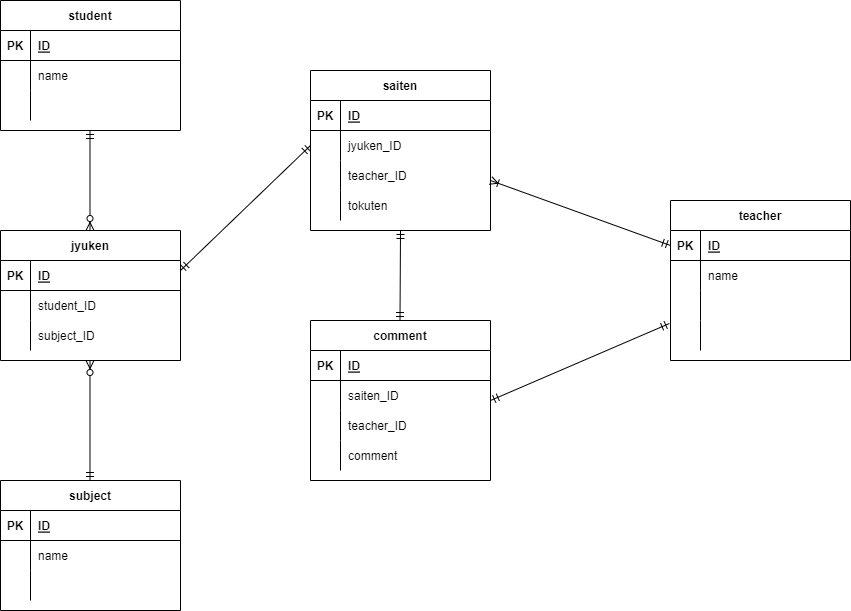
This is kadai.drawio.png from Yamato21/-coachtech-DATEBASE-ENSYUUMONDAI, a draw.io export, as it was before one commit. Source tidied: cells renumbered, new cells last; positions are measured from the earlier drawing's top-left corner, leaving out a move shared by most shapes.
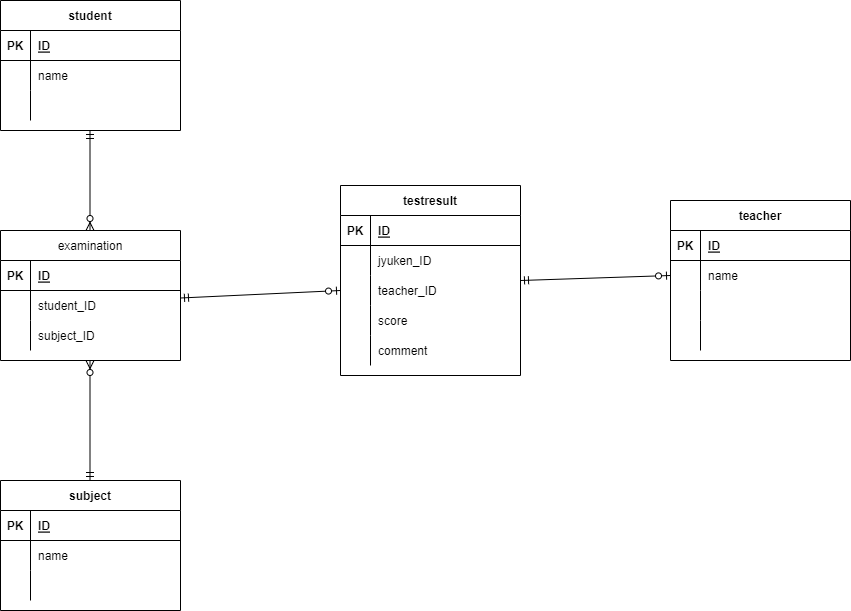
The same diagram one commit later.

The edit, as a diff of the source:
```diff
@@ -32,7 +32,7 @@
     <mxCell id="11" style="shape=partialRectangle;fillColor=none;top=0;left=0;bottom=0;right=0;align=left;spacingLeft=6;overflow=hidden;" parent="9" vertex="1">
       <mxGeometry x="30" width="150" height="30" as="geometry" />
     </mxCell>
-    <mxCell id="12" value="jyuken" style="shape=table;startSize=30;rowLines=0;fontStyle=1;align=center;" parent="1" vertex="1">
+    <mxCell id="12" value="examination" style="shape=table;startSize=30;rowLines=0;fontStyle=0;align=center;" parent="1" vertex="1">
       <mxGeometry y="230" width="180" height="130" as="geometry" />
     </mxCell>
     <mxCell id="13" style="shape=partialRectangle;fillColor=none;top=0;left=0;bottom=1;right=0;" parent="12" vertex="1">
@@ -92,8 +92,8 @@
     <mxCell id="31" style="shape=partialRectangle;fillColor=none;top=0;left=0;bottom=0;right=0;align=left;spacingLeft=6;overflow=hidden;" parent="29" vertex="1">
       <mxGeometry x="30" width="150" height="30" as="geometry" />
     </mxCell>
-    <mxCell id="32" value="saiten" style="shape=table;startSize=30;rowLines=0;fontStyle=1;align=center;" parent="1" vertex="1">
-      <mxGeometry x="310" y="70" width="180" height="160" as="geometry" />
+    <mxCell id="32" value="testresult" style="shape=table;startSize=30;rowLines=0;fontStyle=1;align=center;" parent="1" vertex="1">
+      <mxGeometry x="340" y="185" width="180" height="190" as="geometry" />
     </mxCell>
     <mxCell id="33" style="shape=partialRectangle;fillColor=none;top=0;left=0;bottom=1;right=0;" parent="32" vertex="1">
       <mxGeometry y="30" width="180" height="30" as="geometry" />
@@ -128,46 +128,16 @@
     <mxCell id="43" style="shape=partialRectangle;fillColor=none;top=0;left=0;bottom=0;right=0;overflow=hidden;" parent="42" vertex="1">
       <mxGeometry width="30" height="30" as="geometry" />
     </mxCell>
-    <mxCell id="44" value="tokuten" style="shape=partialRectangle;fillColor=none;top=0;left=0;bottom=0;right=0;align=left;spacingLeft=6;overflow=hidden;" parent="42" vertex="1">
+    <mxCell id="44" value="score" style="shape=partialRectangle;fillColor=none;top=0;left=0;bottom=0;right=0;align=left;spacingLeft=6;overflow=hidden;" parent="42" vertex="1">
       <mxGeometry x="30" width="150" height="30" as="geometry" />
     </mxCell>
-    <mxCell id="45" value="comment" style="shape=table;startSize=30;rowLines=0;fontStyle=1;align=center;" parent="1" vertex="1">
-      <mxGeometry x="310" y="320" width="180" height="160" as="geometry" />
-    </mxCell>
-    <mxCell id="46" style="shape=partialRectangle;fillColor=none;top=0;left=0;bottom=1;right=0;" parent="45" vertex="1">
-      <mxGeometry y="30" width="180" height="30" as="geometry" />
-    </mxCell>
-    <mxCell id="47" value="PK" style="shape=partialRectangle;fillColor=none;top=0;left=0;bottom=0;right=0;fontStyle=1;overflow=hidden;" parent="46" vertex="1">
-      <mxGeometry width="30" height="30" as="geometry" />
-    </mxCell>
-    <mxCell id="48" value="ID" style="shape=partialRectangle;fillColor=none;top=0;left=0;bottom=0;right=0;align=left;spacingLeft=6;fontStyle=5;overflow=hidden;" parent="46" vertex="1">
-      <mxGeometry x="30" width="150" height="30" as="geometry" />
-    </mxCell>
-    <mxCell id="49" style="shape=partialRectangle;fillColor=none;top=0;left=0;bottom=0;right=0;" parent="45" vertex="1">
-      <mxGeometry y="60" width="180" height="30" as="geometry" />
-    </mxCell>
-    <mxCell id="50" style="shape=partialRectangle;fillColor=none;top=0;left=0;bottom=0;right=0;overflow=hidden;" parent="49" vertex="1">
-      <mxGeometry width="30" height="30" as="geometry" />
-    </mxCell>
-    <mxCell id="51" value="saiten_ID" style="shape=partialRectangle;fillColor=none;top=0;left=0;bottom=0;right=0;align=left;spacingLeft=6;overflow=hidden;" parent="49" vertex="1">
-      <mxGeometry x="30" width="150" height="30" as="geometry" />
-    </mxCell>
-    <mxCell id="52" style="shape=partialRectangle;fillColor=none;top=0;left=0;bottom=0;right=0;" parent="45" vertex="1">
-      <mxGeometry y="90" width="180" height="30" as="geometry" />
-    </mxCell>
-    <mxCell id="53" style="shape=partialRectangle;fillColor=none;top=0;left=0;bottom=0;right=0;overflow=hidden;" parent="52" vertex="1">
-      <mxGeometry width="30" height="30" as="geometry" />
-    </mxCell>
-    <mxCell id="54" value="teacher_ID" style="shape=partialRectangle;fillColor=none;top=0;left=0;bottom=0;right=0;align=left;spacingLeft=6;overflow=hidden;" parent="52" vertex="1">
-      <mxGeometry x="30" width="150" height="30" as="geometry" />
-    </mxCell>
-    <mxCell id="55" style="shape=partialRectangle;fillColor=none;top=0;left=0;bottom=0;right=0;" parent="45" vertex="1">
-      <mxGeometry y="120" width="180" height="30" as="geometry" />
-    </mxCell>
-    <mxCell id="56" style="shape=partialRectangle;fillColor=none;top=0;left=0;bottom=0;right=0;overflow=hidden;" parent="55" vertex="1">
-      <mxGeometry width="30" height="30" as="geometry" />
-    </mxCell>
+    <mxCell id="77" style="shape=partialRectangle;fillColor=none;top=0;left=0;bottom=0;right=0;" parent="32" vertex="1">
+      <mxGeometry y="150" width="180" height="30" as="geometry" />
+    </mxCell>
+    <mxCell id="78" style="shape=partialRectangle;fillColor=none;top=0;left=0;bottom=0;right=0;overflow=hidden;" parent="77" vertex="1">
+      <mxGeometry width="30" height="30" as="geometry" />
+    </mxCell>
-    <mxCell id="57" value="comment" style="shape=partialRectangle;fillColor=none;top=0;left=0;bottom=0;right=0;align=left;spacingLeft=6;overflow=hidden;" parent="55" vertex="1">
+    <mxCell id="57" value="comment" style="shape=partialRectangle;fillColor=none;top=0;left=0;bottom=0;right=0;align=left;spacingLeft=6;overflow=hidden;" parent="77" vertex="1">
       <mxGeometry x="30" width="150" height="30" as="geometry" />
     </mxCell>
     <mxCell id="58" value="teacher" style="shape=table;startSize=30;rowLines=0;fontStyle=1;align=center;" parent="1" vertex="1">
@@ -209,26 +179,6 @@
     <mxCell id="70" style="shape=partialRectangle;fillColor=none;top=0;left=0;bottom=0;right=0;align=left;spacingLeft=6;overflow=hidden;" parent="68" vertex="1">
       <mxGeometry x="30" width="150" height="30" as="geometry" />
     </mxCell>
-    <mxCell id="71" style="fontSize=12;html=1;endArrow=ERmandOne;startArrow=ERmandOne;entryX=0.5;entryY=1;entryDx=0;entryDy=0;" parent="1" edge="1" target="32">
-      <mxGeometry relative="1" as="geometry">
-        <mxPoint x="399.5" y="320" as="sourcePoint" />
-      </mxGeometry>
-    </mxCell>
-    <mxCell id="72" style="fontSize=12;html=1;endArrow=ERoneToMany;startArrow=ERmandOne;exitX=0;exitY=0.5;exitDx=0;exitDy=0;" parent="1" edge="1" source="59">
-      <mxGeometry relative="1" as="geometry">
-        <mxPoint x="490" y="180" as="targetPoint" />
-      </mxGeometry>
-    </mxCell>
-    <mxCell id="73" style="fontSize=12;html=1;endArrow=ERmandOne;startArrow=ERmandOne;entryX=-0.006;entryY=0.1;entryDx=0;entryDy=0;entryPerimeter=0;" parent="1" edge="1" target="68">
-      <mxGeometry relative="1" as="geometry">
-        <mxPoint x="490" y="400" as="sourcePoint" />
-      </mxGeometry>
-    </mxCell>
-    <mxCell id="74" style="fontSize=12;html=1;endArrow=ERmandOne;startArrow=ERmandOne;entryX=0;entryY=0.5;entryDx=0;entryDy=0;" parent="1" edge="1" target="36">
-      <mxGeometry relative="1" as="geometry">
-        <mxPoint x="180" y="270" as="sourcePoint" />
-      </mxGeometry>
-    </mxCell>
     <mxCell id="75" style="fontSize=12;html=1;endArrow=ERzeroToMany;startArrow=ERmandOne;" parent="1" edge="1">
       <mxGeometry relative="1" as="geometry">
         <mxPoint x="89.5" y="480" as="sourcePoint" />
@@ -241,5 +191,15 @@
         <mxPoint x="89.5" y="230" as="targetPoint" />
       </mxGeometry>
     </mxCell>
+    <mxCell id="79" style="fontSize=12;html=1;endArrow=ERzeroToOne;startArrow=ERmandOne;entryX=0;entryY=0.5;entryDx=0;entryDy=0;" parent="1" edge="1" target="62">
+      <mxGeometry relative="1" as="geometry">
+        <mxPoint x="520" y="280" as="sourcePoint" />
+      </mxGeometry>
+    </mxCell>
+    <mxCell id="80" style="fontSize=12;html=1;endArrow=ERzeroToOne;startArrow=ERmandOne;entryX=0;entryY=0.5;entryDx=0;entryDy=0;" parent="1" edge="1" target="39">
+      <mxGeometry relative="1" as="geometry">
+        <mxPoint x="180" y="297.5" as="sourcePoint" />
+      </mxGeometry>
+    </mxCell>
   </root>
 </mxGraphModel>
```
